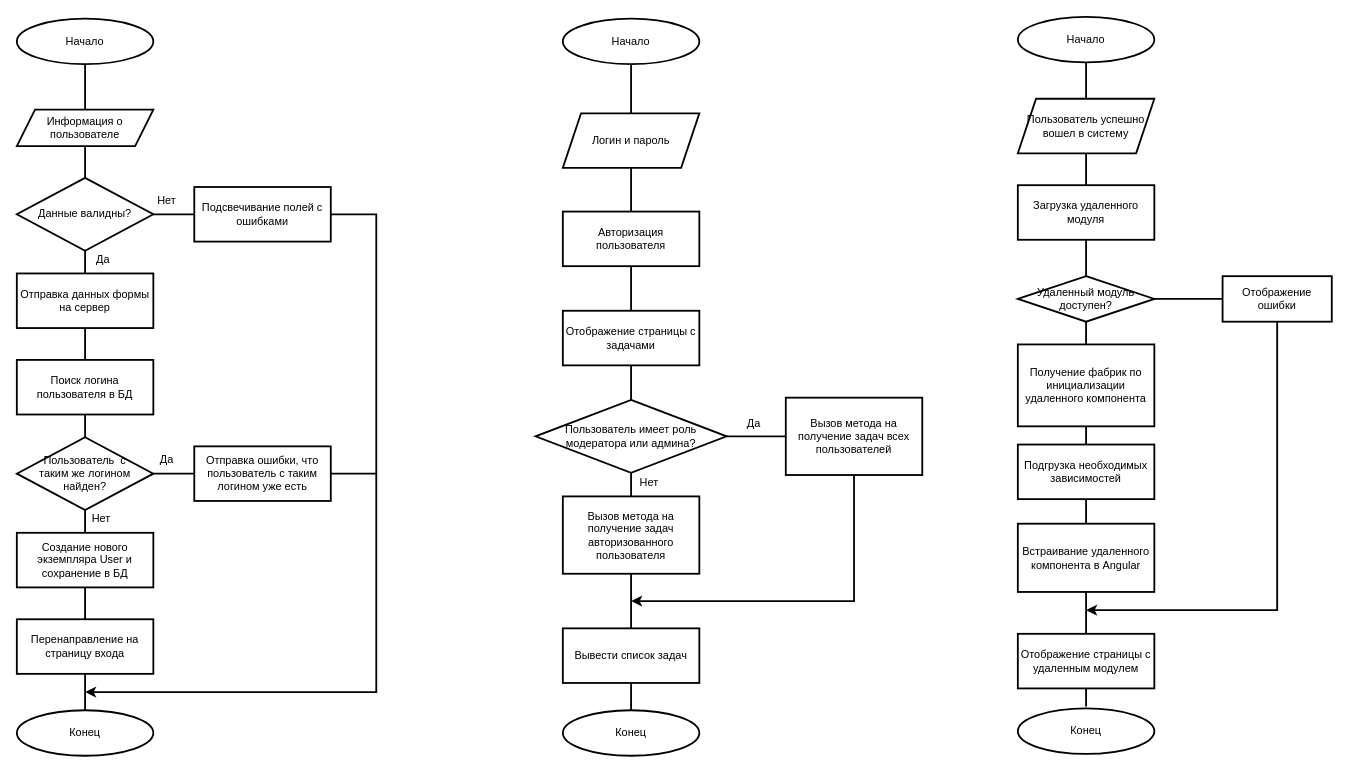
Earlier version of the draw.io diagram page "Блок-схемки" (6 of 6) of UML/UML_diagrams.drawio (ktoToGdeTo/BachelorDiploma). Source tidied: cells renumbered, new cells numbered last; positions are measured from the earlier drawing's top-left corner, leaving out a move shared by most shapes. Both pictures are drawn from the tidied source at 91%, with x=0, y=0 at pixel (16, 16).
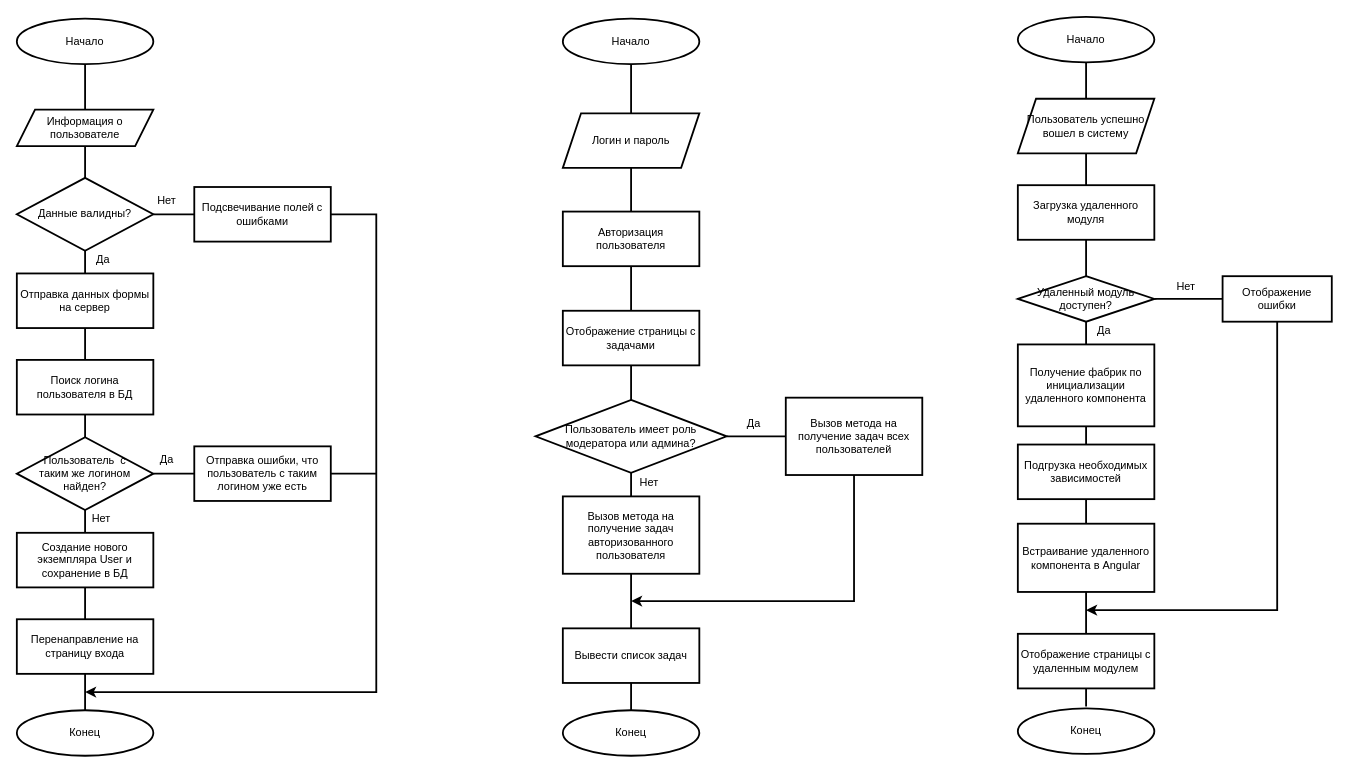
After the change.

Diff of the diagram source:
```diff
@@
+    <mxCell id="69" value="Да" style="text;html=1;align=center;verticalAlign=middle;whiteSpace=wrap;rounded=0;" parent="1" vertex="1">
+      <mxGeometry x="1165" y="330" width="60" height="30" as="geometry" />
+    </mxCell>
+    <mxCell id="70" value="Нет" style="text;html=1;align=center;verticalAlign=middle;whiteSpace=wrap;rounded=0;" parent="1" vertex="1">
+      <mxGeometry x="1255" y="282" width="60" height="30" as="geometry" />
+    </mxCell>
```
